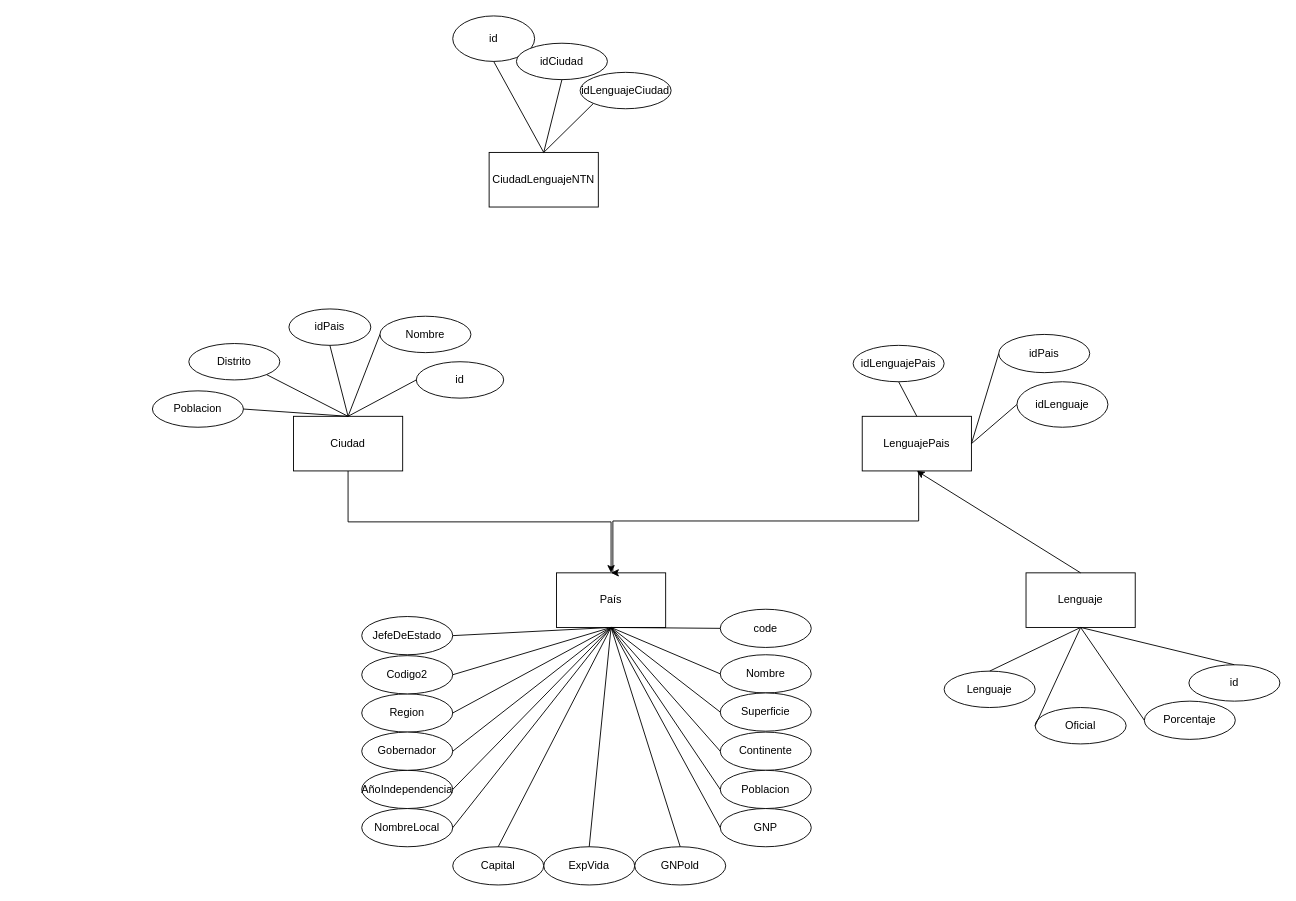
Before: Tester.drawio in YumuA/Clases, a draw.io diagram. Source tidied: cells renumbered, new cells numbered last; positions are measured from the earlier drawing's top-left corner, leaving out a move shared by most shapes. Both pictures are drawn from the tidied source at 91%, with x=0, y=0 at pixel (152, 15).
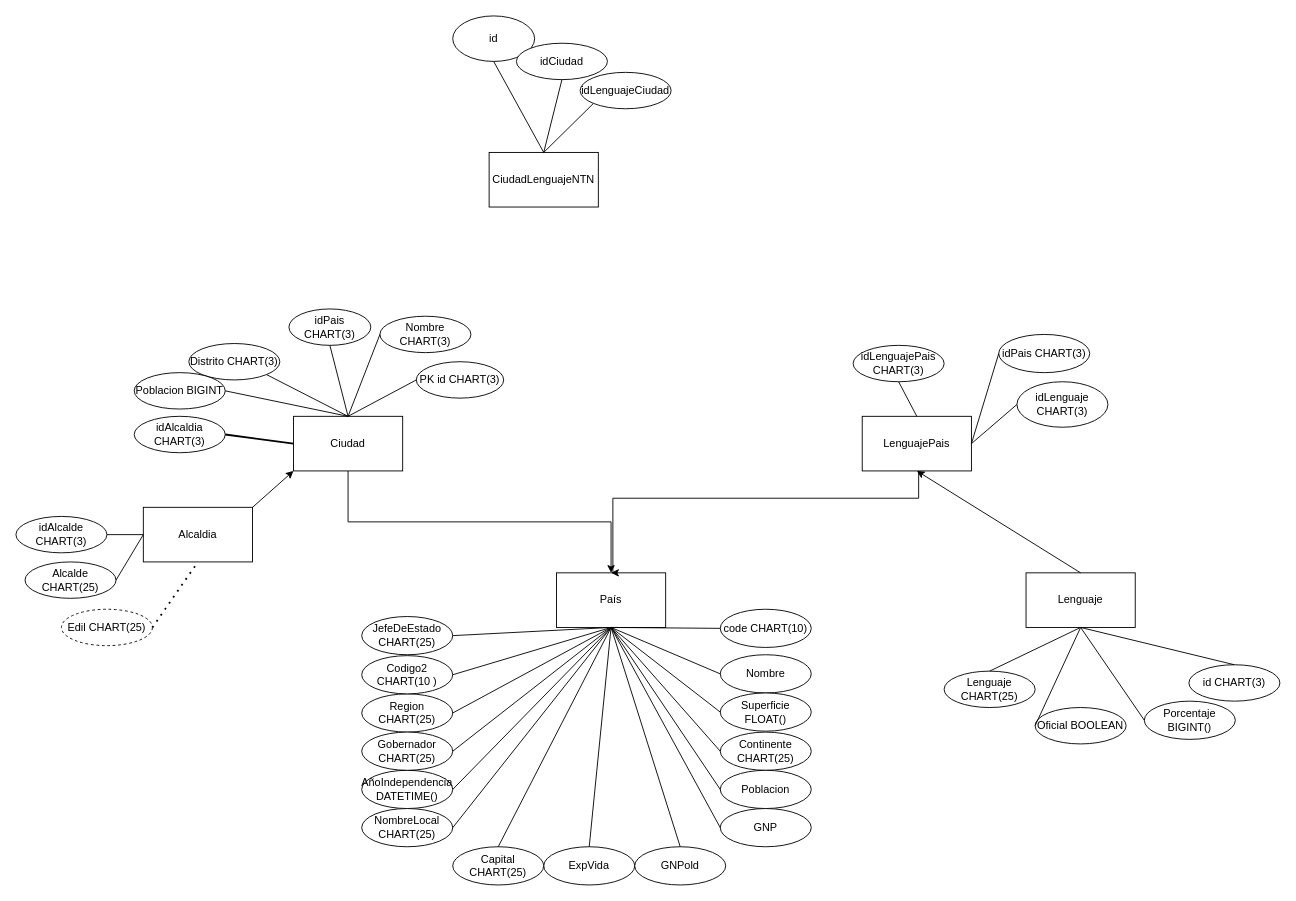
Above is the later version.

The change refers to these unchanged cells:
```xml
<mxCell id="2" value="País" style="rounded=0;whiteSpace=wrap;html=1;" parent="1" vertex="1">
  <mxGeometry x="444" y="612" width="120" height="60" as="geometry" />
</mxCell>
<mxCell id="4" value="Ciudad" style="rounded=0;whiteSpace=wrap;html=1;" parent="1" vertex="1">
  <mxGeometry x="155" y="440" width="120" height="60" as="geometry" />
</mxCell>
```

The edit, as a diff of the source:
```diff
@@
     <mxCell id="5" style="edgeStyle=orthogonalEdgeStyle;rounded=0;jettySize=auto;html=1;entryX=0.5;entryY=0;entryDx=0;entryDy=0;exitX=0.5;exitY=1;exitDx=0;exitDy=0;" parent="1" edge="1" target="2">
       <mxGeometry relative="1" as="geometry">
         <mxPoint x="842" y="495" as="sourcePoint" />
         <Array as="points">
-          <mxPoint x="842" y="555" />
-          <mxPoint x="506" y="555" />
+          <mxPoint x="842" y="530" />
+          <mxPoint x="506" y="530" />
           <mxPoint x="506" y="612" />
         </Array>
       </mxGeometry>
     </mxCell>
@@
-    <mxCell id="7" value="id" style="ellipse;whiteSpace=wrap;html=1;" parent="1" vertex="1">
+    <mxCell id="7" value="PK id CHART(3)" style="ellipse;whiteSpace=wrap;html=1;" parent="1" vertex="1">
       <mxGeometry x="290" y="380" width="96" height="40" as="geometry" />
     </mxCell>
-    <mxCell id="8" value="Nombre" style="ellipse;whiteSpace=wrap;html=1;" parent="1" vertex="1">
+    <mxCell id="8" value="Nombre CHART(3)" style="ellipse;whiteSpace=wrap;html=1;" parent="1" vertex="1">
       <mxGeometry x="250" y="330" width="100" height="40" as="geometry" />
     </mxCell>
-    <mxCell id="9" value="idPais" style="ellipse;whiteSpace=wrap;html=1;" parent="1" vertex="1">
+    <mxCell id="9" value="idPais CHART(3)" style="ellipse;whiteSpace=wrap;html=1;" parent="1" vertex="1">
       <mxGeometry x="150" y="322" width="90" height="40" as="geometry" />
     </mxCell>
-    <mxCell id="10" value="Distrito" style="ellipse;whiteSpace=wrap;html=1;" parent="1" vertex="1">
+    <mxCell id="10" value="Distrito CHART(3)" style="ellipse;whiteSpace=wrap;html=1;" parent="1" vertex="1">
       <mxGeometry x="40" y="360" width="100" height="40" as="geometry" />
     </mxCell>
-    <mxCell id="11" value="Poblacion" style="ellipse;whiteSpace=wrap;html=1;" parent="1" vertex="1">
-      <mxGeometry y="412" width="100" height="40" as="geometry" />
+    <mxCell id="11" value="Poblacion BIGINT" style="ellipse;whiteSpace=wrap;html=1;" parent="1" vertex="1">
+      <mxGeometry x="-20" y="392" width="100" height="40" as="geometry" />
     </mxCell>
-    <mxCell id="12" value="code" style="ellipse;whiteSpace=wrap;html=1;" parent="1" vertex="1">
+    <mxCell id="12" value="code CHART(10)" style="ellipse;whiteSpace=wrap;html=1;" parent="1" vertex="1">
       <mxGeometry x="624" y="652" width="100" height="42" as="geometry" />
     </mxCell>
@@
-    <mxCell id="14" value="Continente" style="ellipse;whiteSpace=wrap;html=1;" parent="1" vertex="1">
+    <mxCell id="14" value="Continente CHART(25)" style="ellipse;whiteSpace=wrap;html=1;" parent="1" vertex="1">
       <mxGeometry x="624" y="787" width="100" height="42" as="geometry" />
     </mxCell>
-    <mxCell id="15" value="Region" style="ellipse;whiteSpace=wrap;html=1;" parent="1" vertex="1">
+    <mxCell id="15" value="Region CHART(25)" style="ellipse;whiteSpace=wrap;html=1;" parent="1" vertex="1">
       <mxGeometry x="230" y="745" width="100" height="42" as="geometry" />
     </mxCell>
-    <mxCell id="16" value="Superficie" style="ellipse;whiteSpace=wrap;html=1;" parent="1" vertex="1">
+    <mxCell id="16" value="Superficie FLOAT()" style="ellipse;whiteSpace=wrap;html=1;" parent="1" vertex="1">
       <mxGeometry x="624" y="744" width="100" height="42" as="geometry" />
     </mxCell>
-    <mxCell id="17" value="AñoIndependencia" style="ellipse;whiteSpace=wrap;html=1;" parent="1" vertex="1">
+    <mxCell id="17" value="AñoIndependencia DATETIME()" style="ellipse;whiteSpace=wrap;html=1;" parent="1" vertex="1">
       <mxGeometry x="230" y="829" width="100" height="42" as="geometry" />
     </mxCell>
@@
-    <mxCell id="22" value="NombreLocal" style="ellipse;whiteSpace=wrap;html=1;" parent="1" vertex="1">
+    <mxCell id="22" value="NombreLocal CHART(25)" style="ellipse;whiteSpace=wrap;html=1;" parent="1" vertex="1">
       <mxGeometry x="230" y="871" width="100" height="42" as="geometry" />
     </mxCell>
-    <mxCell id="23" value="Gobernador" style="ellipse;whiteSpace=wrap;html=1;" parent="1" vertex="1">
+    <mxCell id="23" value="Gobernador CHART(25)" style="ellipse;whiteSpace=wrap;html=1;" parent="1" vertex="1">
       <mxGeometry x="230" y="787" width="100" height="42" as="geometry" />
     </mxCell>
-    <mxCell id="24" value="JefeDeEstado" style="ellipse;whiteSpace=wrap;html=1;" parent="1" vertex="1">
+    <mxCell id="24" value="JefeDeEstado CHART(25)" style="ellipse;whiteSpace=wrap;html=1;" parent="1" vertex="1">
       <mxGeometry x="230" y="660" width="100" height="42" as="geometry" />
     </mxCell>
-    <mxCell id="25" value="Capital" style="ellipse;whiteSpace=wrap;html=1;" parent="1" vertex="1">
+    <mxCell id="25" value="Capital CHART(25)" style="ellipse;whiteSpace=wrap;html=1;" parent="1" vertex="1">
       <mxGeometry x="330" y="913" width="100" height="42" as="geometry" />
     </mxCell>
-    <mxCell id="26" value="Codigo2" style="ellipse;whiteSpace=wrap;html=1;" parent="1" vertex="1">
+    <mxCell id="26" value="Codigo2 CHART(10 )" style="ellipse;whiteSpace=wrap;html=1;" parent="1" vertex="1">
       <mxGeometry x="230" y="703" width="100" height="42" as="geometry" />
     </mxCell>
@@
-    <mxCell id="47" value="idPais" style="ellipse;whiteSpace=wrap;html=1;" parent="1" vertex="1">
+    <mxCell id="47" value="idPais CHART(3)" style="ellipse;whiteSpace=wrap;html=1;" parent="1" vertex="1">
       <mxGeometry x="930" y="350" width="100" height="42" as="geometry" />
     </mxCell>
-    <mxCell id="48" value="Porcentaje" style="ellipse;whiteSpace=wrap;html=1;" parent="1" vertex="1">
+    <mxCell id="48" value="Porcentaje BIGINT()" style="ellipse;whiteSpace=wrap;html=1;" parent="1" vertex="1">
       <mxGeometry x="1090" y="753" width="100" height="42" as="geometry" />
     </mxCell>
@@
-    <mxCell id="59" value="id" style="ellipse;whiteSpace=wrap;html=1;" parent="1" vertex="1">
+    <mxCell id="59" value="id  CHART(3)" style="ellipse;whiteSpace=wrap;html=1;" parent="1" vertex="1">
       <mxGeometry x="1139" y="713" width="100" height="40" as="geometry" />
     </mxCell>
-    <mxCell id="60" value="Oficial" style="ellipse;whiteSpace=wrap;html=1;" parent="1" vertex="1">
+    <mxCell id="60" value="Oficial BOOLEAN" style="ellipse;whiteSpace=wrap;html=1;" parent="1" vertex="1">
       <mxGeometry x="970" y="760" width="100" height="40" as="geometry" />
     </mxCell>
-    <mxCell id="61" value="Lenguaje" style="ellipse;whiteSpace=wrap;html=1;" parent="1" vertex="1">
+    <mxCell id="61" value="Lenguaje CHART(25)" style="ellipse;whiteSpace=wrap;html=1;" parent="1" vertex="1">
       <mxGeometry x="870" y="720" width="100" height="40" as="geometry" />
     </mxCell>
@@
-    <mxCell id="65" value="idLenguaje" style="ellipse;whiteSpace=wrap;html=1;" parent="1" vertex="1">
+    <mxCell id="65" value="idLenguaje CHART(3)" style="ellipse;whiteSpace=wrap;html=1;" parent="1" vertex="1">
       <mxGeometry x="950" y="402" width="100" height="50" as="geometry" />
     </mxCell>
@@
-    <mxCell id="68" value="idLenguajePais" style="ellipse;whiteSpace=wrap;html=1;" parent="1" vertex="1">
+    <mxCell id="68" value="idLenguajePais CHART(3)" style="ellipse;whiteSpace=wrap;html=1;" parent="1" vertex="1">
       <mxGeometry x="770" y="362" width="100" height="40" as="geometry" />
     </mxCell>
@@
+    <mxCell id="70" value="idAlcaldia CHART(3)" style="ellipse;whiteSpace=wrap;html=1;strokeColor=default;" parent="1" vertex="1">
+      <mxGeometry x="-20" y="440" width="100" height="40" as="geometry" />
+    </mxCell>
+    <mxCell id="71" style="endArrow=none;html=1;strokeWidth=2;rounded=0;exitX=1;exitY=0.5;exitDx=0;exitDy=0;entryX=0;entryY=0.5;entryDx=0;entryDy=0;" parent="1" edge="1" source="70" target="4">
+      <mxGeometry relative="1" as="geometry" />
+    </mxCell>
+    <mxCell id="72" value="Edil CHART(25)" style="ellipse;whiteSpace=wrap;html=1;dashed=1;" parent="1" vertex="1">
+      <mxGeometry x="-100" y="652" width="100" height="40" as="geometry" />
+    </mxCell>
+    <mxCell id="73" style="endArrow=none;dashed=1;html=1;dashPattern=1 3;strokeWidth=2;rounded=0;exitX=1;exitY=0.5;exitDx=0;exitDy=0;entryX=0.5;entryY=1;entryDx=0;entryDy=0;" parent="1" edge="1" source="72" target="74">
+      <mxGeometry relative="1" as="geometry" />
+    </mxCell>
+    <mxCell id="74" value="Alcaldia" style="rounded=0;whiteSpace=wrap;html=1;" parent="1" vertex="1">
+      <mxGeometry x="-10" y="540" width="120" height="60" as="geometry" />
+    </mxCell>
+    <mxCell id="75" value="Alcalde CHART(25)" style="ellipse;whiteSpace=wrap;html=1;" parent="1" vertex="1">
+      <mxGeometry x="-140" y="600" width="100" height="40" as="geometry" />
+    </mxCell>
+    <mxCell id="76" value="idAlcalde CHART(3)" style="ellipse;whiteSpace=wrap;html=1;" parent="1" vertex="1">
+      <mxGeometry x="-150" y="550" width="100" height="40" as="geometry" />
+    </mxCell>
+    <mxCell id="77" style="endArrow=none;html=1;rounded=0;exitX=1;exitY=0.5;exitDx=0;exitDy=0;entryX=0;entryY=0.5;entryDx=0;entryDy=0;" parent="1" edge="1" source="75" target="74">
+      <mxGeometry relative="1" as="geometry" />
+    </mxCell>
+    <mxCell id="78" style="endArrow=none;html=1;rounded=0;exitX=1;exitY=0.5;exitDx=0;exitDy=0;entryX=0;entryY=0.5;entryDx=0;entryDy=0;" parent="1" edge="1" source="76" target="74">
+      <mxGeometry relative="1" as="geometry" />
+    </mxCell>
+    <mxCell id="79" style="endArrow=classic;html=1;rounded=0;exitX=1;exitY=0;exitDx=0;exitDy=0;entryX=0;entryY=1;entryDx=0;entryDy=0;" parent="1" edge="1" source="74" target="4">
+      <mxGeometry relative="1" as="geometry" />
+    </mxCell>
```
